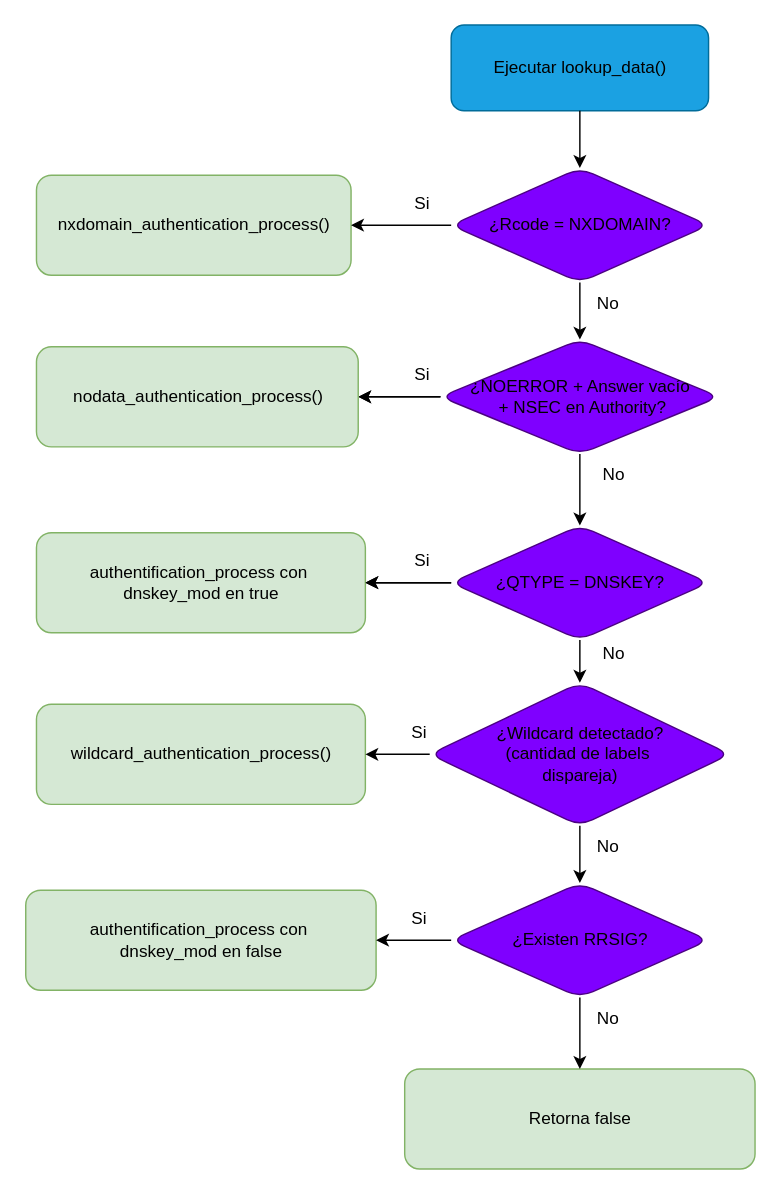
Above: drawios/dnssec_auth.drawio in konegoro/informe_memoria (draw.io), before the change. Source tidied: cells renumbered, new cells numbered last; positions are measured from the earlier drawing's top-left corner, leaving out a move shared by most shapes. Both pictures are drawn from the tidied source at 143%, with x=0, y=0 at pixel (24, 24).
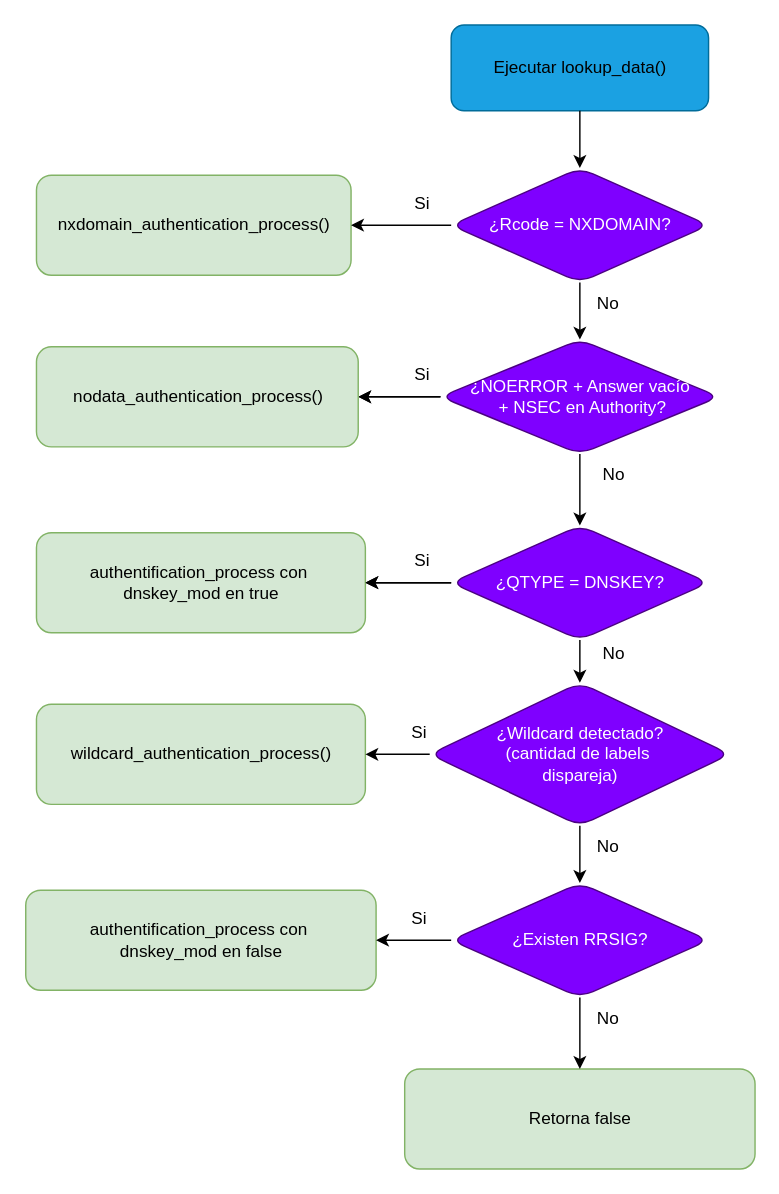
Above is the later version.

The edit, as a diff of the source:
```diff
@@
-    <mxCell id="3" value="¿Rcode = NXDOMAIN?" style="rhombus;rounded=1;fillColor=#7F00FF;strokeColor=#4B0082;html=1;" parent="1" vertex="1">
+    <mxCell id="3" value="&lt;font style=&quot;color: light-dark(rgb(255, 255, 255), rgb(255, 255, 255));&quot;&gt;¿Rcode = NXDOMAIN?&lt;/font&gt;" style="rhombus;rounded=1;fillColor=#7F00FF;strokeColor=#4B0082;html=1;" parent="1" vertex="1">
       <mxGeometry x="298" y="100" width="180" height="80" as="geometry" />
     </mxCell>
@@
-    <mxCell id="5" value="¿NOERROR + Answer vacío&lt;div&gt;&amp;nbsp;+ NSEC en Authority?&lt;/div&gt;" style="rhombus;rounded=1;fillColor=#7F00FF;strokeColor=#4B0082;html=1;" parent="1" vertex="1">
+    <mxCell id="5" value="&lt;font style=&quot;color: light-dark(rgb(255, 255, 255), rgb(255, 255, 255));&quot;&gt;¿NOERROR + Answer vacío&lt;/font&gt;&lt;div&gt;&lt;font style=&quot;color: light-dark(rgb(255, 255, 255), rgb(255, 255, 255));&quot;&gt;&amp;nbsp;+ NSEC en Authority?&lt;/font&gt;&lt;/div&gt;" style="rhombus;rounded=1;fillColor=#7F00FF;strokeColor=#4B0082;html=1;" parent="1" vertex="1">
       <mxGeometry x="290.5" y="220" width="195" height="80" as="geometry" />
     </mxCell>
@@
-    <mxCell id="7" value="¿QTYPE = DNSKEY?" style="rhombus;rounded=1;fillColor=#7F00FF;strokeColor=#4B0082;html=1;" parent="1" vertex="1">
+    <mxCell id="7" value="&lt;font style=&quot;color: light-dark(rgb(255, 255, 255), rgb(255, 255, 255));&quot;&gt;¿QTYPE = DNSKEY?&lt;/font&gt;" style="rhombus;rounded=1;fillColor=#7F00FF;strokeColor=#4B0082;html=1;" parent="1" vertex="1">
       <mxGeometry x="298" y="350" width="180" height="80" as="geometry" />
     </mxCell>
@@
-    <mxCell id="9" value="¿Wildcard detectado?&lt;div&gt;(cantidad de labels&amp;nbsp;&lt;/div&gt;&lt;div&gt;dispareja)&lt;/div&gt;" style="rhombus;rounded=1;fillColor=#7F00FF;strokeColor=#4B0082;html=1;" parent="1" vertex="1">
+    <mxCell id="9" value="&lt;font style=&quot;color: light-dark(rgb(255, 255, 255), rgb(255, 255, 255));&quot;&gt;¿Wildcard detectado?&lt;/font&gt;&lt;div&gt;&lt;font style=&quot;color: light-dark(rgb(255, 255, 255), rgb(255, 255, 255));&quot;&gt;(cantidad de labels&amp;nbsp;&lt;/font&gt;&lt;/div&gt;&lt;div&gt;&lt;font style=&quot;color: light-dark(rgb(255, 255, 255), rgb(255, 255, 255));&quot;&gt;dispareja)&lt;/font&gt;&lt;/div&gt;" style="rhombus;rounded=1;fillColor=#7F00FF;strokeColor=#4B0082;html=1;" parent="1" vertex="1">
       <mxGeometry x="283" y="460" width="210" height="100" as="geometry" />
     </mxCell>
@@
-    <mxCell id="11" value="¿Existen RRSIG?" style="rhombus;rounded=1;fillColor=#7F00FF;strokeColor=#4B0082;html=1;" parent="1" vertex="1">
+    <mxCell id="11" value="&lt;font style=&quot;color: light-dark(rgb(255, 255, 255), rgb(255, 255, 255));&quot;&gt;¿Existen RRSIG?&lt;/font&gt;" style="rhombus;rounded=1;fillColor=#7F00FF;strokeColor=#4B0082;html=1;" parent="1" vertex="1">
       <mxGeometry x="298" y="600" width="180" height="80" as="geometry" />
     </mxCell>
```
